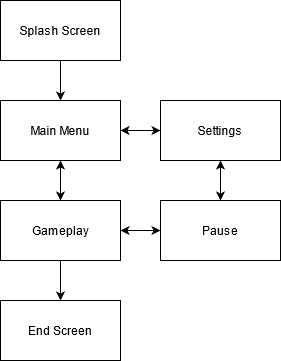
JarrydWorland/2021_Capstone_GP2_Team keeps this draw.io diagram as Non-Unity Files/screen-state-transition-diagram.png. Above is the earlier version. Source tidied: cells renumbered, new cells last; positions are measured from the earlier drawing's top-left corner, leaving out a move shared by most shapes. Its diagram source:
```xml
<mxGraphModel>
  <root>
    <mxCell id="0" />
    <mxCell id="1" parent="0" />
    <mxCell id="2" style="edgeStyle=orthogonalEdgeStyle;rounded=0;jettySize=auto;html=1;" parent="1" edge="1" source="3" target="6">
      <mxGeometry relative="1" as="geometry" />
    </mxCell>
    <mxCell id="3" value="Splash Screen" style="rounded=0;whiteSpace=wrap;html=1;" parent="1" vertex="1">
      <mxGeometry width="120" height="60" as="geometry" />
    </mxCell>
    <mxCell id="4" style="edgeStyle=orthogonalEdgeStyle;rounded=0;jettySize=auto;html=1;entryX=0;entryY=0.5;entryDx=0;entryDy=0;startArrow=classic;startFill=1;" parent="1" edge="1" source="6" target="10">
      <mxGeometry relative="1" as="geometry" />
    </mxCell>
    <mxCell id="5" style="edgeStyle=orthogonalEdgeStyle;rounded=0;jettySize=auto;html=1;startArrow=classic;startFill=1;" parent="1" edge="1" source="6" target="9">
      <mxGeometry relative="1" as="geometry" />
    </mxCell>
    <mxCell id="6" value="Main Menu" style="rounded=0;whiteSpace=wrap;html=1;" parent="1" vertex="1">
      <mxGeometry y="100" width="120" height="60" as="geometry" />
    </mxCell>
    <mxCell id="7" style="edgeStyle=orthogonalEdgeStyle;rounded=0;jettySize=auto;html=1;startArrow=classic;startFill=1;" parent="1" edge="1" source="9" target="12">
      <mxGeometry relative="1" as="geometry" />
    </mxCell>
    <mxCell id="8" style="edgeStyle=orthogonalEdgeStyle;rounded=0;jettySize=auto;html=1;startArrow=none;startFill=0;" parent="1" edge="1" source="9" target="13">
      <mxGeometry relative="1" as="geometry" />
    </mxCell>
    <mxCell id="9" value="Gameplay" style="rounded=0;whiteSpace=wrap;html=1;" parent="1" vertex="1">
      <mxGeometry y="200" width="120" height="60" as="geometry" />
    </mxCell>
    <mxCell id="10" value="Settings" style="rounded=0;whiteSpace=wrap;html=1;" parent="1" vertex="1">
      <mxGeometry x="160" y="100" width="120" height="60" as="geometry" />
    </mxCell>
    <mxCell id="11" style="edgeStyle=orthogonalEdgeStyle;rounded=0;jettySize=auto;html=1;startArrow=classic;startFill=1;" parent="1" edge="1" source="12" target="10">
      <mxGeometry relative="1" as="geometry" />
    </mxCell>
    <mxCell id="12" value="Pause" style="rounded=0;whiteSpace=wrap;html=1;" parent="1" vertex="1">
      <mxGeometry x="160" y="200" width="120" height="60" as="geometry" />
    </mxCell>
    <mxCell id="13" value="End Screen" style="rounded=0;whiteSpace=wrap;html=1;" parent="1" vertex="1">
      <mxGeometry y="300" width="120" height="60" as="geometry" />
    </mxCell>
  </root>
</mxGraphModel>
```
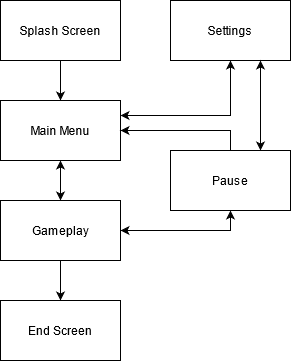
Later version of the same file.

Commit message:
Updated screen state transition diagram

The edit, as a diff of the source:
```diff
@@ -8,32 +8,35 @@
     <mxCell id="3" value="Splash Screen" style="rounded=0;whiteSpace=wrap;html=1;" parent="1" vertex="1">
       <mxGeometry width="120" height="60" as="geometry" />
     </mxCell>
+    <mxCell id="5" style="edgeStyle=orthogonalEdgeStyle;rounded=0;jettySize=auto;html=1;startArrow=classic;startFill=1;" parent="1" edge="1" source="6" target="9">
+      <mxGeometry relative="1" as="geometry" />
+    </mxCell>
-    <mxCell id="4" style="edgeStyle=orthogonalEdgeStyle;rounded=0;jettySize=auto;html=1;entryX=0;entryY=0.5;entryDx=0;entryDy=0;startArrow=classic;startFill=1;" parent="1" edge="1" source="6" target="10">
+    <mxCell id="4" style="edgeStyle=orthogonalEdgeStyle;rounded=0;jettySize=auto;html=1;exitX=1;exitY=0.25;exitDx=0;exitDy=0;entryX=0.5;entryY=1;entryDx=0;entryDy=0;startArrow=classic;startFill=1;" parent="1" edge="1" source="6" target="10">
       <mxGeometry relative="1" as="geometry" />
     </mxCell>
-    <mxCell id="5" style="edgeStyle=orthogonalEdgeStyle;rounded=0;jettySize=auto;html=1;startArrow=classic;startFill=1;" parent="1" edge="1" source="6" target="9">
-      <mxGeometry relative="1" as="geometry" />
-    </mxCell>
     <mxCell id="6" value="Main Menu" style="rounded=0;whiteSpace=wrap;html=1;" parent="1" vertex="1">
       <mxGeometry y="100" width="120" height="60" as="geometry" />
     </mxCell>
+    <mxCell id="8" style="edgeStyle=orthogonalEdgeStyle;rounded=0;jettySize=auto;html=1;startArrow=none;startFill=0;" parent="1" edge="1" source="9" target="13">
+      <mxGeometry relative="1" as="geometry" />
+    </mxCell>
-    <mxCell id="7" style="edgeStyle=orthogonalEdgeStyle;rounded=0;jettySize=auto;html=1;startArrow=classic;startFill=1;" parent="1" edge="1" source="9" target="12">
+    <mxCell id="7" style="edgeStyle=orthogonalEdgeStyle;rounded=0;jettySize=auto;html=1;exitX=1;exitY=0.5;exitDx=0;exitDy=0;entryX=0.5;entryY=1;entryDx=0;entryDy=0;startArrow=classic;startFill=1;" parent="1" edge="1" source="9" target="12">
       <mxGeometry relative="1" as="geometry" />
     </mxCell>
-    <mxCell id="8" style="edgeStyle=orthogonalEdgeStyle;rounded=0;jettySize=auto;html=1;startArrow=none;startFill=0;" parent="1" edge="1" source="9" target="13">
-      <mxGeometry relative="1" as="geometry" />
-    </mxCell>
     <mxCell id="9" value="Gameplay" style="rounded=0;whiteSpace=wrap;html=1;" parent="1" vertex="1">
       <mxGeometry y="200" width="120" height="60" as="geometry" />
     </mxCell>
     <mxCell id="10" value="Settings" style="rounded=0;whiteSpace=wrap;html=1;" parent="1" vertex="1">
-      <mxGeometry x="160" y="100" width="120" height="60" as="geometry" />
+      <mxGeometry x="170" width="120" height="60" as="geometry" />
     </mxCell>
+    <mxCell id="14" style="edgeStyle=orthogonalEdgeStyle;rounded=0;jettySize=auto;html=1;exitX=0.5;exitY=0;exitDx=0;exitDy=0;startArrow=none;startFill=0;" parent="1" edge="1" source="12" target="6">
+      <mxGeometry relative="1" as="geometry" />
+    </mxCell>
-    <mxCell id="11" style="edgeStyle=orthogonalEdgeStyle;rounded=0;jettySize=auto;html=1;startArrow=classic;startFill=1;" parent="1" edge="1" source="12" target="10">
+    <mxCell id="11" style="edgeStyle=orthogonalEdgeStyle;rounded=0;jettySize=auto;html=1;exitX=0.75;exitY=0;exitDx=0;exitDy=0;entryX=0.75;entryY=1;entryDx=0;entryDy=0;startArrow=classic;startFill=1;" parent="1" edge="1" source="12" target="10">
       <mxGeometry relative="1" as="geometry" />
     </mxCell>
     <mxCell id="12" value="Pause" style="rounded=0;whiteSpace=wrap;html=1;" parent="1" vertex="1">
-      <mxGeometry x="160" y="200" width="120" height="60" as="geometry" />
+      <mxGeometry x="170" y="150" width="120" height="60" as="geometry" />
     </mxCell>
     <mxCell id="13" value="End Screen" style="rounded=0;whiteSpace=wrap;html=1;" parent="1" vertex="1">
       <mxGeometry y="300" width="120" height="60" as="geometry" />
```
